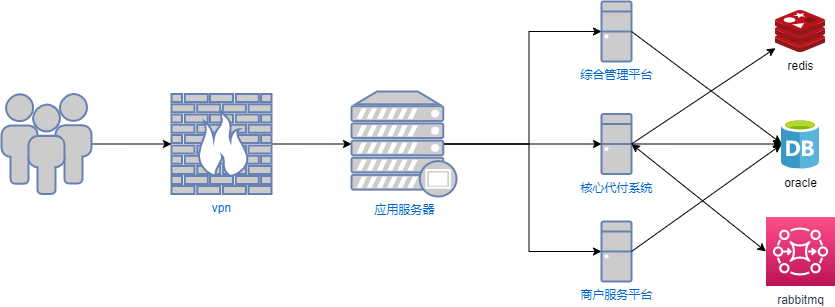
Earlier version of the draw.io export Untitled Diagram.drawio.png (songyibo2019/mydiagrams). Source tidied: cells renumbered, new cells last; positions are measured from the earlier drawing's top-left corner, leaving out a move shared by most shapes.
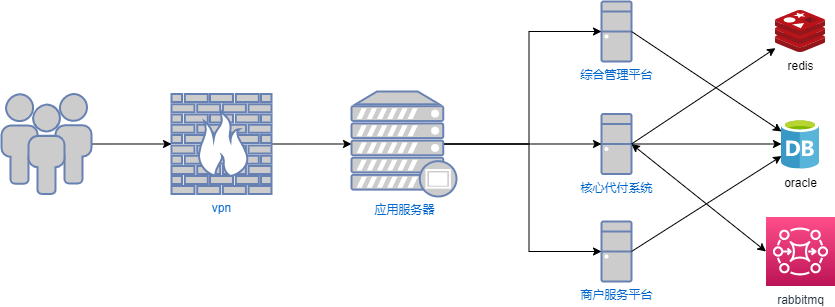
After the commit.

Change to the diagram source:
```diff
@@ -50,13 +50,13 @@
     <mxCell id="17" style="endArrow=classic;html=1;rounded=0;exitX=1;exitY=0.5;exitDx=0;exitDy=0;exitPerimeter=0;" parent="1" edge="1" source="8" target="14">
       <mxGeometry relative="1" as="geometry" />
     </mxCell>
-    <mxCell id="18" style="endArrow=classic;html=1;rounded=0;exitX=1;exitY=0.5;exitDx=0;exitDy=0;exitPerimeter=0;entryX=0;entryY=0.49;entryDx=0;entryDy=0;entryPerimeter=0;" parent="1" edge="1" source="4" target="16">
-      <mxGeometry relative="1" as="geometry" />
+    <mxCell id="18" style="endArrow=classic;html=1;rounded=0;exitX=1;exitY=0.5;exitDx=0;exitDy=0;exitPerimeter=0;" parent="1" edge="1" source="4">
+      <mxGeometry relative="1" as="geometry">
+        <mxPoint x="780" y="130" as="targetPoint" />
+      </mxGeometry>
     </mxCell>
-    <mxCell id="19" style="endArrow=classic;html=1;rounded=0;exitX=1;exitY=0.5;exitDx=0;exitDy=0;exitPerimeter=0;" parent="1" edge="1" source="9">
-      <mxGeometry relative="1" as="geometry">
-        <mxPoint x="780" y="143" as="targetPoint" />
-      </mxGeometry>
+    <mxCell id="19" style="endArrow=classic;html=1;rounded=0;exitX=1;exitY=0.5;exitDx=0;exitDy=0;exitPerimeter=0;" parent="1" edge="1" source="9" target="16">
+      <mxGeometry relative="1" as="geometry" />
     </mxCell>
     <mxCell id="20" style="endArrow=classic;startArrow=classic;html=1;rounded=0;entryX=1;entryY=0.5;entryDx=0;entryDy=0;entryPerimeter=0;exitX=0;exitY=0.5;exitDx=0;exitDy=0;exitPerimeter=0;" parent="1" edge="1" source="15" target="8">
       <mxGeometry relative="1" as="geometry" />
```
